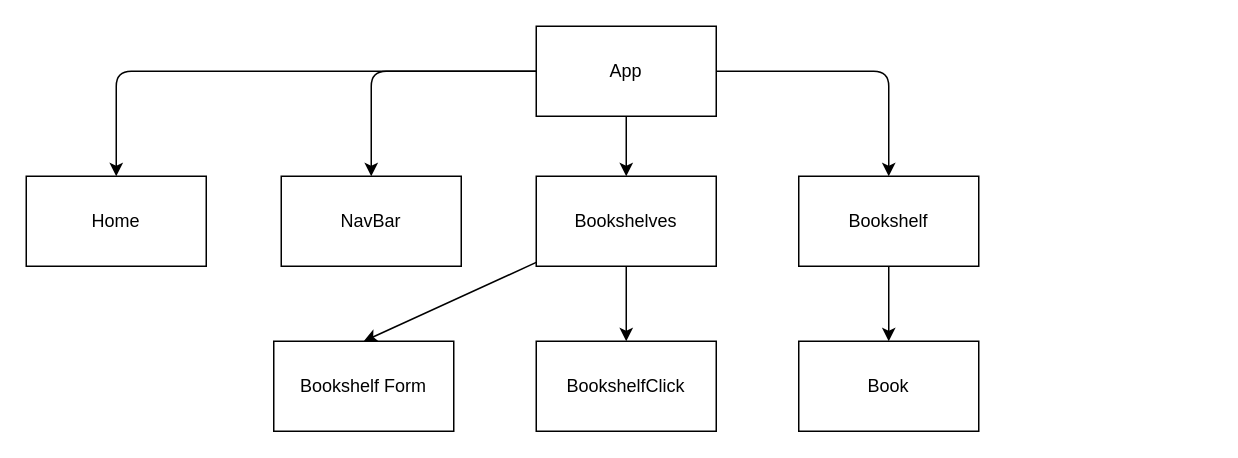
Earlier version of the draw.io diagram Hierarchy.drawio (Stelluuh/phase-3-project-frontend-bookself). Source tidied: cells renumbered, new cells numbered last; positions are measured from the earlier drawing's top-left corner, leaving out a move shared by most shapes. Both pictures are drawn from the tidied source at 150%, with x=0, y=0 at pixel (26, 26).
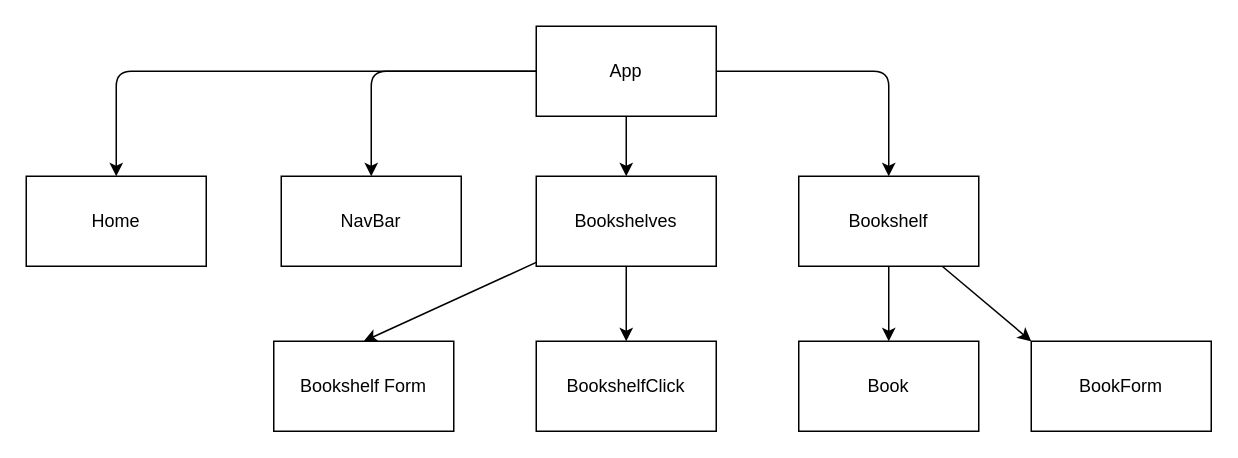
The same page after the edit.

Diff of the diagram source:
```diff
@@
 <mxGraphModel>
   <root>
     <mxCell id="0" />
     <mxCell id="1" parent="0" />
     <mxCell id="2" value="Book" style="whiteSpace=wrap;html=1;" parent="1" vertex="1">
       <mxGeometry x="515" y="210" width="120" height="60" as="geometry" />
     </mxCell>
     <mxCell id="3" value="NavBar" style="whiteSpace=wrap;html=1;" parent="1" vertex="1">
       <mxGeometry x="170" y="100" width="120" height="60" as="geometry" />
     </mxCell>
     <mxCell id="4" value="BookshelfClick" style="whiteSpace=wrap;html=1;" parent="1" vertex="1">
       <mxGeometry x="340" y="210" width="120" height="60" as="geometry" />
     </mxCell>
     <mxCell id="5" style="edgeStyle=orthogonalEdgeStyle;html=1;entryX=0.5;entryY=0;entryDx=0;entryDy=0;" parent="1" edge="1" source="6" target="2">
       <mxGeometry relative="1" as="geometry" />
     </mxCell>
+    <mxCell id="17" style="edgeStyle=none;html=1;entryX=0;entryY=0;entryDx=0;entryDy=0;" parent="1" edge="1" source="6" target="18">
+      <mxGeometry relative="1" as="geometry" />
+    </mxCell>
     <mxCell id="6" value="Bookshelf" style="whiteSpace=wrap;html=1;" parent="1" vertex="1">
       <mxGeometry x="515" y="100" width="120" height="60" as="geometry" />
     </mxCell>
     <mxCell id="7" value="Bookshelf Form" style="whiteSpace=wrap;html=1;" parent="1" vertex="1">
       <mxGeometry x="165" y="210" width="120" height="60" as="geometry" />
     </mxCell>
     <mxCell id="8" style="edgeStyle=none;html=1;entryX=0.5;entryY=0;entryDx=0;entryDy=0;" parent="1" edge="1" source="10" target="7">
       <mxGeometry relative="1" as="geometry" />
     </mxCell>
     <mxCell id="9" style="edgeStyle=none;html=1;" parent="1" edge="1" source="10" target="4">
       <mxGeometry relative="1" as="geometry" />
     </mxCell>
     <mxCell id="10" value="Bookshelves" style="whiteSpace=wrap;html=1;" parent="1" vertex="1">
       <mxGeometry x="340" y="100" width="120" height="60" as="geometry" />
     </mxCell>
     <mxCell id="11" value="Home" style="whiteSpace=wrap;html=1;" parent="1" vertex="1">
       <mxGeometry y="100" width="120" height="60" as="geometry" />
     </mxCell>
     <mxCell id="12" style="edgeStyle=orthogonalEdgeStyle;html=1;entryX=0.5;entryY=0;entryDx=0;entryDy=0;" parent="1" edge="1" source="16" target="3">
       <mxGeometry relative="1" as="geometry" />
     </mxCell>
     <mxCell id="13" style="edgeStyle=orthogonalEdgeStyle;html=1;entryX=0.5;entryY=0;entryDx=0;entryDy=0;" parent="1" edge="1" source="16" target="10">
       <mxGeometry relative="1" as="geometry" />
     </mxCell>
     <mxCell id="14" style="edgeStyle=orthogonalEdgeStyle;html=1;entryX=0.5;entryY=0;entryDx=0;entryDy=0;" parent="1" edge="1" source="16" target="11">
       <mxGeometry relative="1" as="geometry" />
     </mxCell>
     <mxCell id="15" style="edgeStyle=orthogonalEdgeStyle;html=1;entryX=0.5;entryY=0;entryDx=0;entryDy=0;" parent="1" edge="1" source="16" target="6">
       <mxGeometry relative="1" as="geometry" />
     </mxCell>
     <mxCell id="16" value="App" style="whiteSpace=wrap;html=1;" parent="1" vertex="1">
       <mxGeometry x="340" width="120" height="60" as="geometry" />
     </mxCell>
+    <mxCell id="18" value="BookForm" style="whiteSpace=wrap;html=1;" parent="1" vertex="1">
+      <mxGeometry x="670" y="210" width="120" height="60" as="geometry" />
+    </mxCell>
   </root>
 </mxGraphModel>
```
